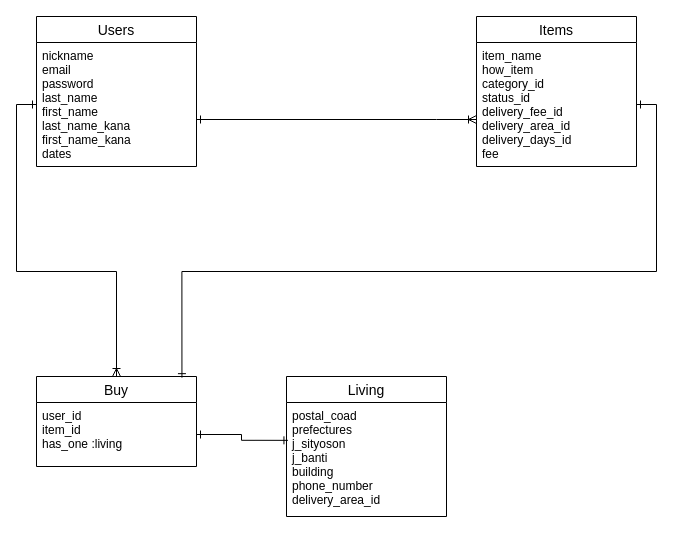
Aiki-k/furima-33392 keeps this draw.io diagram as er.dio. Above is the earlier version. Source tidied: cells renumbered, new cells numbered last; positions are measured from the earlier drawing's top-left corner, leaving out a move shared by most shapes. Both pictures are drawn from the tidied source at 100%, with x=0, y=0 at pixel (36, 16).
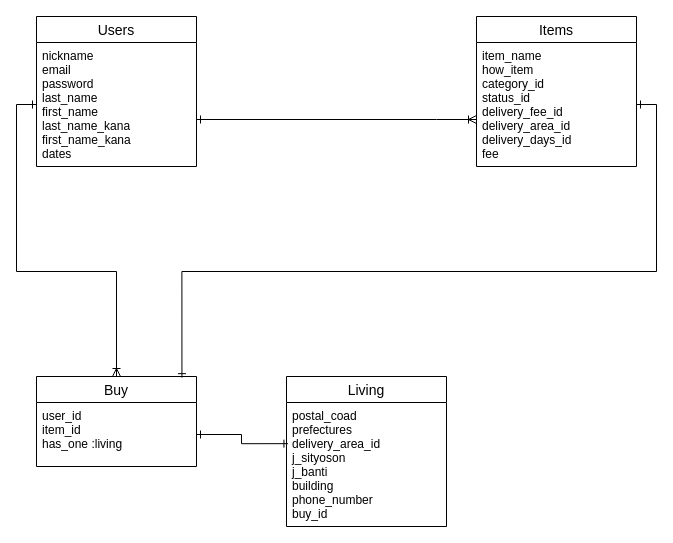
Above is the later version.

Diff of the diagram source:
```diff
@@
 <mxGraphModel>
   <root>
     <mxCell id="0" />
     <mxCell id="1" parent="0" />
     <mxCell id="2" value="Users" style="swimlane;fontStyle=0;horizontal=1;startSize=26;align=center;fontSize=14;" parent="1" vertex="1">
       <mxGeometry width="160" height="150" as="geometry" />
     </mxCell>
     <mxCell id="3" value="nickname&#10;email&#10;password&#10;last_name&#10;first_name&#10;last_name_kana&#10;first_name_kana&#10;dates" style="text;strokeColor=none;fillColor=none;spacingLeft=4;spacingRight=4;overflow=hidden;points=[[0,0.5],[1,0.5]];portConstraint=eastwest;fontSize=12;" parent="2" vertex="1">
       <mxGeometry y="26" width="160" height="124" as="geometry" />
     </mxCell>
     <mxCell id="4" value="Items" style="swimlane;fontStyle=0;horizontal=1;startSize=26;align=center;fontSize=14;" parent="1" vertex="1">
       <mxGeometry x="440" width="160" height="150" as="geometry" />
     </mxCell>
     <mxCell id="5" value="item_name&#10;how_item&#10;category_id&#10;status_id&#10;delivery_fee_id&#10;delivery_area_id&#10;delivery_days_id&#10;fee" style="text;strokeColor=none;fillColor=none;spacingLeft=4;spacingRight=4;overflow=hidden;points=[[0,0.5],[1,0.5]];portConstraint=eastwest;fontSize=12;" parent="4" vertex="1">
       <mxGeometry y="26" width="160" height="124" as="geometry" />
     </mxCell>
     <mxCell id="6" value="Buy" style="swimlane;fontStyle=0;horizontal=1;startSize=26;align=center;fontSize=14;" parent="1" vertex="1">
       <mxGeometry y="360" width="160" height="90" as="geometry" />
     </mxCell>
     <mxCell id="7" value="user_id&#10;item_id&#10;has_one :living" style="text;strokeColor=none;fillColor=none;spacingLeft=4;spacingRight=4;overflow=hidden;points=[[0,0.5],[1,0.5]];portConstraint=eastwest;fontSize=12;" parent="6" vertex="1">
       <mxGeometry y="26" width="160" height="64" as="geometry" />
     </mxCell>
     <mxCell id="8" value="Living" style="swimlane;fontStyle=0;horizontal=1;startSize=26;align=center;fontSize=14;" parent="1" vertex="1">
-      <mxGeometry x="250" y="360" width="160" height="140" as="geometry" />
+      <mxGeometry x="250" y="360" width="160" height="150" as="geometry" />
     </mxCell>
-    <mxCell id="9" value="postal_coad&#10;prefectures&#10;j_sityoson&#10;j_banti&#10;building&#10;phone_number&#10;delivery_area_id" style="text;strokeColor=none;fillColor=none;spacingLeft=4;spacingRight=4;overflow=hidden;points=[[0,0.5],[1,0.5]];portConstraint=eastwest;fontSize=12;" parent="8" vertex="1">
-      <mxGeometry y="26" width="160" height="114" as="geometry" />
+    <mxCell id="9" value="postal_coad&#10;prefectures&#10;delivery_area_id&#10;j_sityoson&#10;j_banti&#10;building&#10;phone_number&#10;buy_id" style="text;strokeColor=none;fillColor=none;spacingLeft=4;spacingRight=4;overflow=hidden;points=[[0,0.5],[1,0.5]];portConstraint=eastwest;fontSize=12;" parent="8" vertex="1">
+      <mxGeometry y="26" width="160" height="124" as="geometry" />
     </mxCell>
     <mxCell id="10" style="edgeStyle=orthogonalEdgeStyle;rounded=0;jettySize=auto;html=1;endArrow=ERoneToMany;endFill=0;startArrow=ERone;startFill=0;" parent="1" edge="1" source="3" target="5">
       <mxGeometry relative="1" as="geometry">
         <Array as="points">
           <mxPoint x="400" y="103" />
           <mxPoint x="400" y="103" />
         </Array>
       </mxGeometry>
     </mxCell>
     <mxCell id="11" style="edgeStyle=orthogonalEdgeStyle;rounded=0;jettySize=auto;html=1;startArrow=ERone;startFill=0;endArrow=ERoneToMany;endFill=0;entryX=0.5;entryY=0;entryDx=0;entryDy=0;" parent="1" edge="1" source="3" target="6">
       <mxGeometry relative="1" as="geometry" />
     </mxCell>
     <mxCell id="12" style="edgeStyle=orthogonalEdgeStyle;rounded=0;jettySize=auto;html=1;exitX=1;exitY=0.5;exitDx=0;exitDy=0;startArrow=ERone;startFill=0;endArrow=ERone;endFill=0;entryX=0.909;entryY=0.013;entryDx=0;entryDy=0;entryPerimeter=0;" parent="1" edge="1" source="5" target="6">
       <mxGeometry relative="1" as="geometry" />
     </mxCell>
     <mxCell id="13" style="edgeStyle=orthogonalEdgeStyle;rounded=0;jettySize=auto;html=1;startArrow=ERone;startFill=0;endArrow=ERone;endFill=0;entryX=0.009;entryY=0.332;entryDx=0;entryDy=0;entryPerimeter=0;" parent="1" edge="1" source="7" target="9">
       <mxGeometry relative="1" as="geometry" />
     </mxCell>
   </root>
 </mxGraphModel>
```
